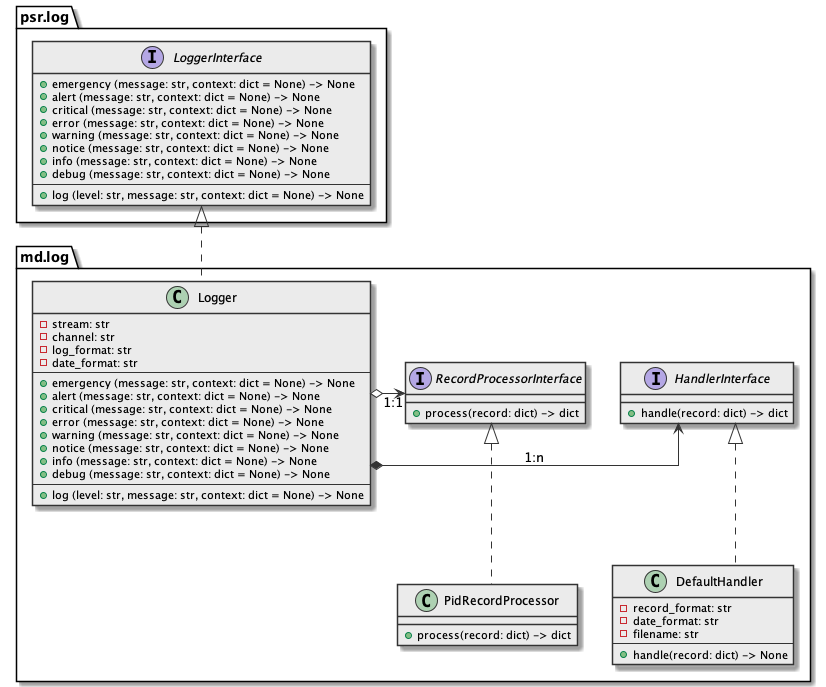
md-py/md.log keeps this PlantUML diagram as docs/_static/architecture.class-diagram.png. Above is the earlier version.
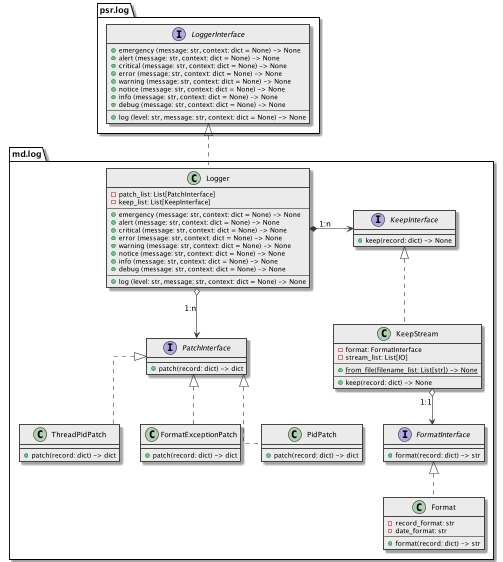
The same file after the commit.

Commit message:
redesign: global architecture redesign: almost all component renamed, signature changed, and more

Change to the diagram source:
```diff
@@ -24,31 +24,9 @@
 }
 
 package md.log {
-  interface RecordProcessorInterface {
-    + process(record: dict) -> dict
-  }
-
-  interface HandlerInterface {
-    + handle(record: dict) -> dict
-  }
-
-  class PidRecordProcessor implements RecordProcessorInterface {
-    + process(record: dict) -> dict
-  }
-
-  class DefaultHandler implements HandlerInterface {
-    - record_format: str
-    - date_format: str
-    - filename: str
-    ---
-    + handle(record: dict) -> None
-  }
-
-  class Logger implements psr.log.LoggerInterface {
-    - stream: str
-    - channel: str
-    - log_format: str
-    - date_format: str
+  class md.log.Logger implements psr.log.LoggerInterface {
+    - patch_list: List[PatchInterface]
+    - keep_list: List[KeepInterface]
     ---
     + emergency (message: str, context: dict = None) -> None
     + alert (message: str, context: dict = None) -> None
@@ -62,8 +40,48 @@
     + log (level: str, message: str, context: dict = None) -> None
   }
 
-  Logger *-> HandlerInterface : "1:n"
-  Logger o-> RecordProcessorInterface : "1:1"
+  interface md.log.KeepInterface {
+    + keep(record: dict) -> None
+  }
+
+  interface md.log.PatchInterface {
+    + patch(record: dict) -> dict
+  }
+
+  interface md.log.FormatInterface {
+    + format(record: dict) -> str
+  }
+
+  class md.log.Format implements md.log.FormatInterface {
+    - record_format: str
+    - date_format: str
+    ---
+    + format(record: dict) -> str
+  }
+
+  class md.log.ThreadPidPatch implements md.log.PatchInterface {
+    + patch(record: dict) -> dict
+  }
+  class md.log.FormatExceptionPatch implements md.log.PatchInterface {
+    + patch(record: dict) -> dict
+  }
+
+  class md.log.KeepStream implements md.log.KeepInterface {
+    - format: FormatInterface
+    - stream_list: List[IO]
+    ---
+    + {static} from_file(filename_list: List[str]) -> None
+    ---
+    + keep(record: dict) -> None
+  }
+
+  class md.log.PidPatch implements md.log.PatchInterface {
+    + patch(record: dict) -> dict
+  }
+
+  md.log.Logger o--> md.log.PatchInterface : "1:n"
+  md.log.Logger *-> md.log.KeepInterface : "1:n"
+  md.log.KeepStream o--> md.log.FormatInterface : "1:1"
 }
 
 @enduml
```
